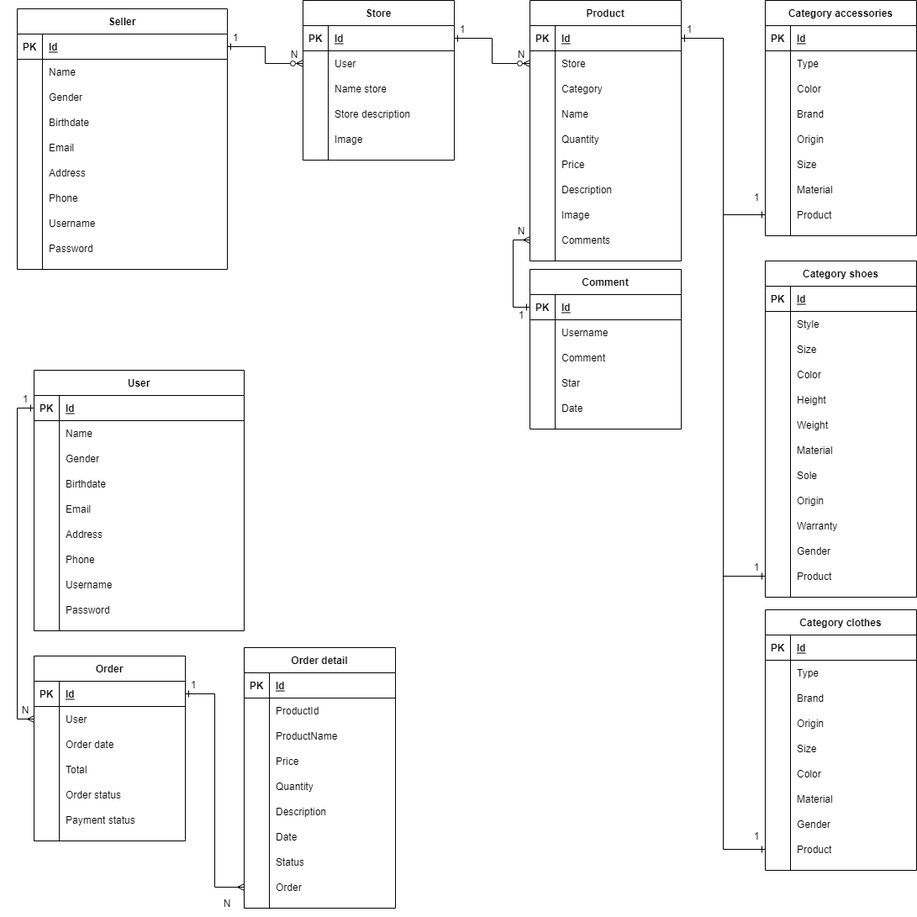
Earlier version of the draw.io export System design/DatabaseCNPMM.drawio.png (giakhangnguyenlam/CNPMM). Source tidied: cells renumbered, new cells last; positions are measured from the earlier drawing's top-left corner, leaving out a move shared by most shapes.
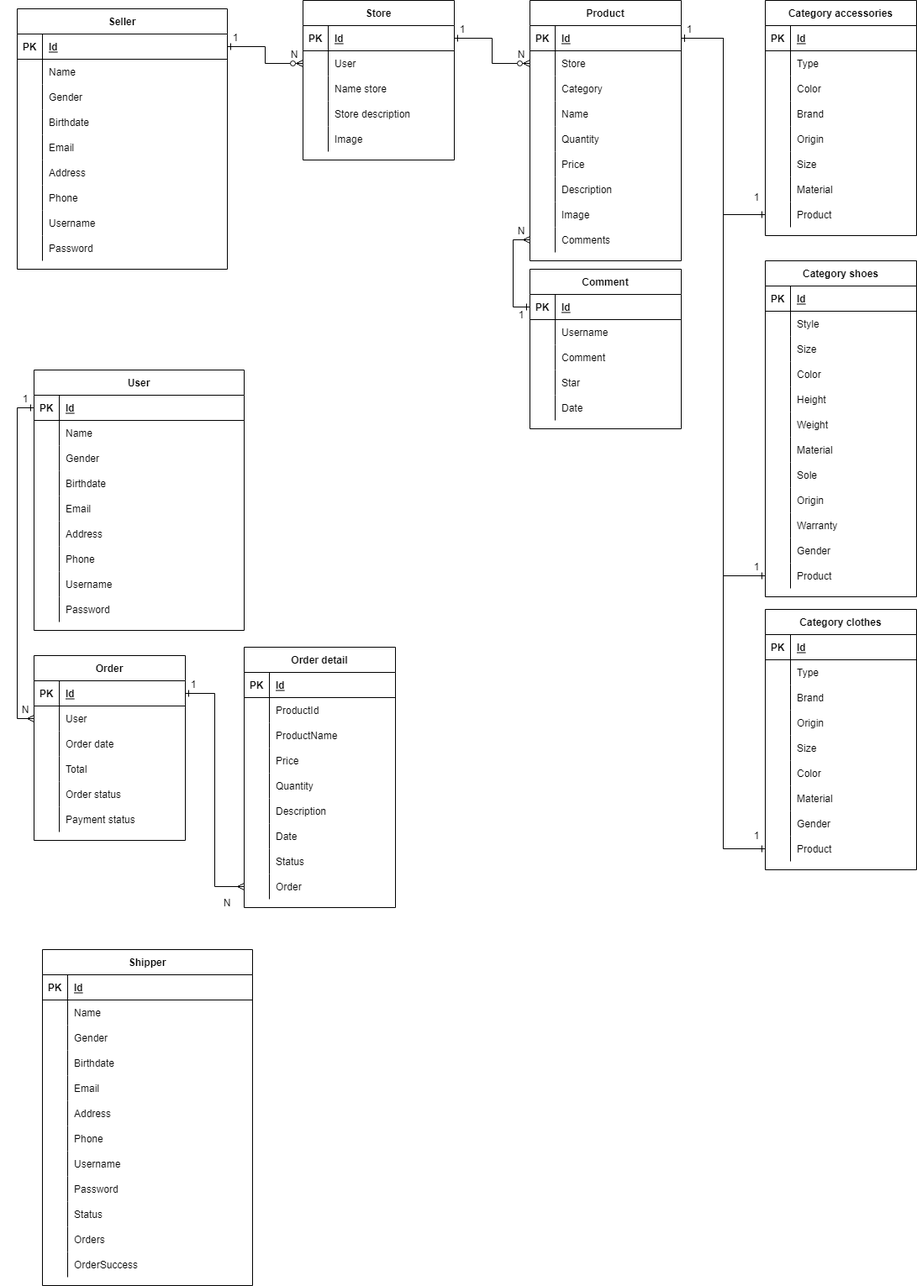
After the change.

Change to the diagram source:
```diff
@@ -827,5 +827,116 @@
     <mxCell id="276" value="N" style="text;html=1;strokeColor=none;fillColor=none;align=center;verticalAlign=middle;whiteSpace=wrap;rounded=0;" parent="1" vertex="1">
       <mxGeometry x="240" y="1060" width="60" height="30" as="geometry" />
     </mxCell>
+    <mxCell id="277" value="Shipper" style="shape=table;startSize=30;rowLines=0;fontStyle=1;align=center;" parent="1" vertex="1">
+      <mxGeometry x="50" y="1130" width="250" height="400" as="geometry" />
+    </mxCell>
+    <mxCell id="278" style="shape=partialRectangle;fillColor=none;top=0;left=0;right=0;bottom=1;" parent="277" vertex="1">
+      <mxGeometry y="30" width="250" height="30" as="geometry" />
+    </mxCell>
+    <mxCell id="279" value="PK" style="shape=partialRectangle;overflow=hidden;fillColor=none;top=0;left=0;bottom=0;right=0;fontStyle=1;" parent="278" vertex="1">
+      <mxGeometry width="30" height="30" as="geometry" />
+    </mxCell>
+    <mxCell id="280" value="Id" style="shape=partialRectangle;overflow=hidden;fillColor=none;top=0;left=0;bottom=0;right=0;align=left;spacingLeft=6;fontStyle=5;" parent="278" vertex="1">
+      <mxGeometry x="30" width="220" height="30" as="geometry" />
+    </mxCell>
+    <mxCell id="281" style="shape=partialRectangle;fillColor=none;top=0;left=0;right=0;bottom=0;" parent="277" vertex="1">
+      <mxGeometry y="60" width="250" height="30" as="geometry" />
+    </mxCell>
+    <mxCell id="282" style="shape=partialRectangle;overflow=hidden;fillColor=none;top=0;left=0;bottom=0;right=0;" parent="281" vertex="1">
+      <mxGeometry width="30" height="30" as="geometry" />
+    </mxCell>
+    <mxCell id="283" value="Name " style="shape=partialRectangle;overflow=hidden;fillColor=none;top=0;left=0;bottom=0;right=0;align=left;spacingLeft=6;" parent="281" vertex="1">
+      <mxGeometry x="30" width="220" height="30" as="geometry" />
+    </mxCell>
+    <mxCell id="284" style="shape=partialRectangle;fillColor=none;top=0;left=0;right=0;bottom=0;" parent="277" vertex="1">
+      <mxGeometry y="90" width="250" height="30" as="geometry" />
+    </mxCell>
+    <mxCell id="285" style="shape=partialRectangle;overflow=hidden;fillColor=none;top=0;left=0;bottom=0;right=0;" parent="284" vertex="1">
+      <mxGeometry width="30" height="30" as="geometry" />
+    </mxCell>
+    <mxCell id="286" value="Gender" style="shape=partialRectangle;overflow=hidden;fillColor=none;top=0;left=0;bottom=0;right=0;align=left;spacingLeft=6;" parent="284" vertex="1">
+      <mxGeometry x="30" width="220" height="30" as="geometry" />
+    </mxCell>
+    <mxCell id="287" style="shape=partialRectangle;fillColor=none;top=0;left=0;right=0;bottom=0;" parent="277" vertex="1">
+      <mxGeometry y="120" width="250" height="30" as="geometry" />
+    </mxCell>
+    <mxCell id="288" style="shape=partialRectangle;overflow=hidden;fillColor=none;top=0;left=0;bottom=0;right=0;" parent="287" vertex="1">
+      <mxGeometry width="30" height="30" as="geometry" />
+    </mxCell>
+    <mxCell id="289" value="Birthdate" style="shape=partialRectangle;overflow=hidden;fillColor=none;top=0;left=0;bottom=0;right=0;align=left;spacingLeft=6;" parent="287" vertex="1">
+      <mxGeometry x="30" width="220" height="30" as="geometry" />
+    </mxCell>
+    <mxCell id="290" style="shape=partialRectangle;fillColor=none;top=0;left=0;right=0;bottom=0;" parent="277" vertex="1">
+      <mxGeometry y="150" width="250" height="30" as="geometry" />
+    </mxCell>
+    <mxCell id="291" style="shape=partialRectangle;overflow=hidden;fillColor=none;top=0;left=0;bottom=0;right=0;" parent="290" vertex="1">
+      <mxGeometry width="30" height="30" as="geometry" />
+    </mxCell>
+    <mxCell id="292" value="Email" style="shape=partialRectangle;overflow=hidden;fillColor=none;top=0;left=0;bottom=0;right=0;align=left;spacingLeft=6;" parent="290" vertex="1">
+      <mxGeometry x="30" width="220" height="30" as="geometry" />
+    </mxCell>
+    <mxCell id="293" style="shape=partialRectangle;fillColor=none;top=0;left=0;right=0;bottom=0;" parent="277" vertex="1">
+      <mxGeometry y="180" width="250" height="30" as="geometry" />
+    </mxCell>
+    <mxCell id="294" style="shape=partialRectangle;overflow=hidden;fillColor=none;top=0;left=0;bottom=0;right=0;" parent="293" vertex="1">
+      <mxGeometry width="30" height="30" as="geometry" />
+    </mxCell>
+    <mxCell id="295" value="Address" style="shape=partialRectangle;overflow=hidden;fillColor=none;top=0;left=0;bottom=0;right=0;align=left;spacingLeft=6;" parent="293" vertex="1">
+      <mxGeometry x="30" width="220" height="30" as="geometry" />
+    </mxCell>
+    <mxCell id="296" style="shape=partialRectangle;fillColor=none;top=0;left=0;right=0;bottom=0;" parent="277" vertex="1">
+      <mxGeometry y="210" width="250" height="30" as="geometry" />
+    </mxCell>
+    <mxCell id="297" style="shape=partialRectangle;overflow=hidden;fillColor=none;top=0;left=0;bottom=0;right=0;" parent="296" vertex="1">
+      <mxGeometry width="30" height="30" as="geometry" />
+    </mxCell>
+    <mxCell id="298" value="Phone" style="shape=partialRectangle;overflow=hidden;fillColor=none;top=0;left=0;bottom=0;right=0;align=left;spacingLeft=6;" parent="296" vertex="1">
+      <mxGeometry x="30" width="220" height="30" as="geometry" />
+    </mxCell>
+    <mxCell id="299" style="shape=partialRectangle;fillColor=none;top=0;left=0;right=0;bottom=0;" parent="277" vertex="1">
+      <mxGeometry y="240" width="250" height="30" as="geometry" />
+    </mxCell>
+    <mxCell id="300" style="shape=partialRectangle;overflow=hidden;fillColor=none;top=0;left=0;bottom=0;right=0;" parent="299" vertex="1">
+      <mxGeometry width="30" height="30" as="geometry" />
+    </mxCell>
+    <mxCell id="301" value="Username" style="shape=partialRectangle;overflow=hidden;fillColor=none;top=0;left=0;bottom=0;right=0;align=left;spacingLeft=6;" parent="299" vertex="1">
+      <mxGeometry x="30" width="220" height="30" as="geometry" />
+    </mxCell>
+    <mxCell id="302" style="shape=partialRectangle;fillColor=none;top=0;left=0;right=0;bottom=0;" parent="277" vertex="1">
+      <mxGeometry y="270" width="250" height="30" as="geometry" />
+    </mxCell>
+    <mxCell id="303" style="shape=partialRectangle;overflow=hidden;fillColor=none;top=0;left=0;bottom=0;right=0;" parent="302" vertex="1">
+      <mxGeometry width="30" height="30" as="geometry" />
+    </mxCell>
+    <mxCell id="304" value="Password" style="shape=partialRectangle;overflow=hidden;fillColor=none;top=0;left=0;bottom=0;right=0;align=left;spacingLeft=6;" parent="302" vertex="1">
+      <mxGeometry x="30" width="220" height="30" as="geometry" />
+    </mxCell>
+    <mxCell id="305" style="shape=partialRectangle;fillColor=none;top=0;left=0;right=0;bottom=0;" parent="277" vertex="1">
+      <mxGeometry y="300" width="250" height="30" as="geometry" />
+    </mxCell>
+    <mxCell id="306" style="shape=partialRectangle;overflow=hidden;fillColor=none;top=0;left=0;bottom=0;right=0;" parent="305" vertex="1">
+      <mxGeometry width="30" height="30" as="geometry" />
+    </mxCell>
+    <mxCell id="307" value="Status" style="shape=partialRectangle;overflow=hidden;fillColor=none;top=0;left=0;bottom=0;right=0;align=left;spacingLeft=6;" parent="305" vertex="1">
+      <mxGeometry x="30" width="220" height="30" as="geometry" />
+    </mxCell>
+    <mxCell id="308" style="shape=partialRectangle;fillColor=none;top=0;left=0;right=0;bottom=0;" parent="277" vertex="1">
+      <mxGeometry y="330" width="250" height="30" as="geometry" />
+    </mxCell>
+    <mxCell id="309" style="shape=partialRectangle;overflow=hidden;fillColor=none;top=0;left=0;bottom=0;right=0;" parent="308" vertex="1">
+      <mxGeometry width="30" height="30" as="geometry" />
+    </mxCell>
+    <mxCell id="310" value="Orders" style="shape=partialRectangle;overflow=hidden;fillColor=none;top=0;left=0;bottom=0;right=0;align=left;spacingLeft=6;" parent="308" vertex="1">
+      <mxGeometry x="30" width="220" height="30" as="geometry" />
+    </mxCell>
+    <mxCell id="311" style="shape=partialRectangle;fillColor=none;top=0;left=0;right=0;bottom=0;" parent="277" vertex="1">
+      <mxGeometry y="360" width="250" height="30" as="geometry" />
+    </mxCell>
+    <mxCell id="312" style="shape=partialRectangle;overflow=hidden;fillColor=none;top=0;left=0;bottom=0;right=0;" parent="311" vertex="1">
+      <mxGeometry width="30" height="30" as="geometry" />
+    </mxCell>
+    <mxCell id="313" value="OrderSuccess" style="shape=partialRectangle;overflow=hidden;fillColor=none;top=0;left=0;bottom=0;right=0;align=left;spacingLeft=6;" parent="311" vertex="1">
+      <mxGeometry x="30" width="220" height="30" as="geometry" />
+    </mxCell>
   </root>
 </mxGraphModel>
```
